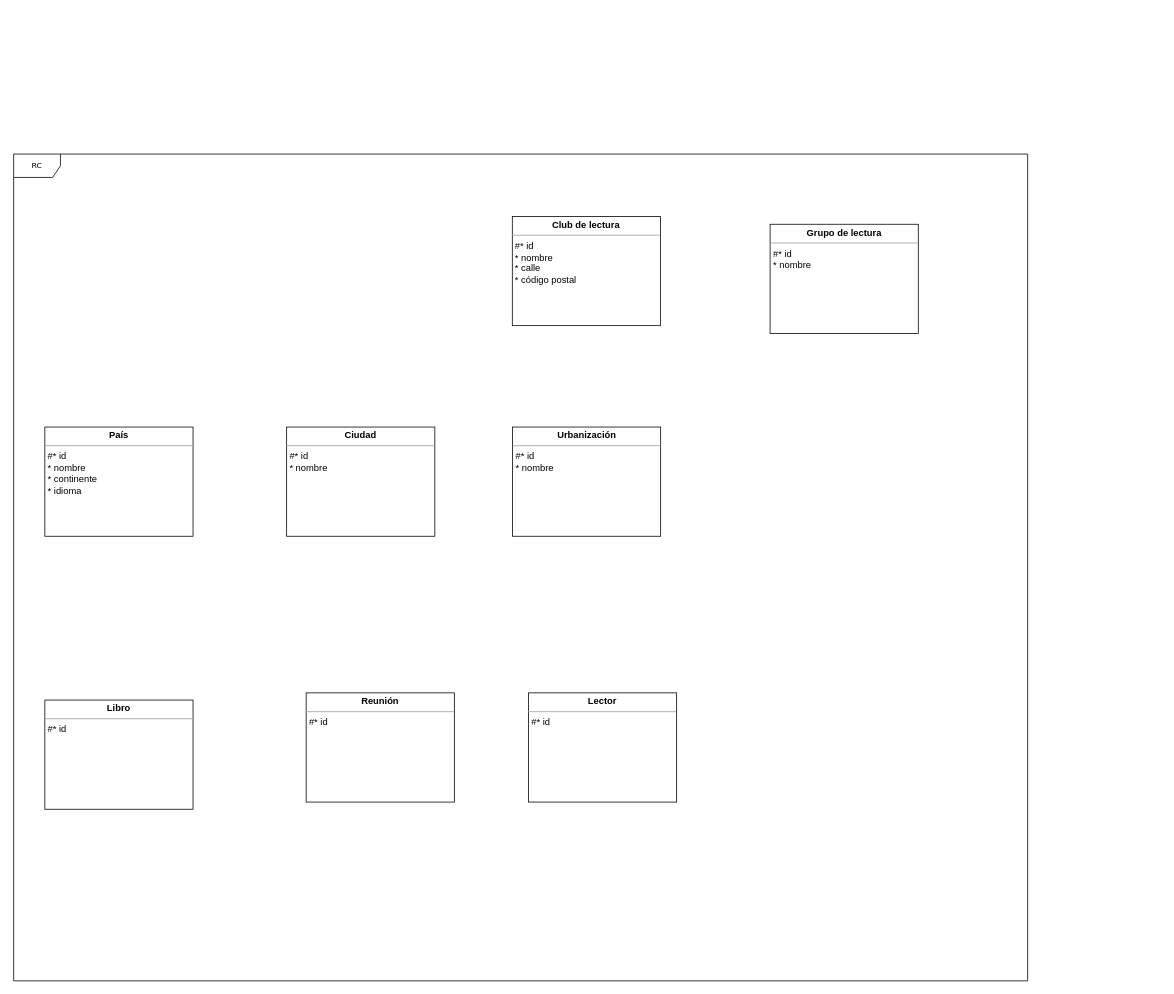
NeutronBlast/IS-Ex keeps this draw.io diagram as DB I/RC (Pseudo) Data Structure V2.drawio. Above is the earlier version. Source tidied: cells renumbered, new cells numbered last; positions are measured from the earlier drawing's top-left corner, leaving out a move shared by most shapes. Both pictures are drawn from the tidied source at 78%, with x=0, y=0 at pixel (13, 154).
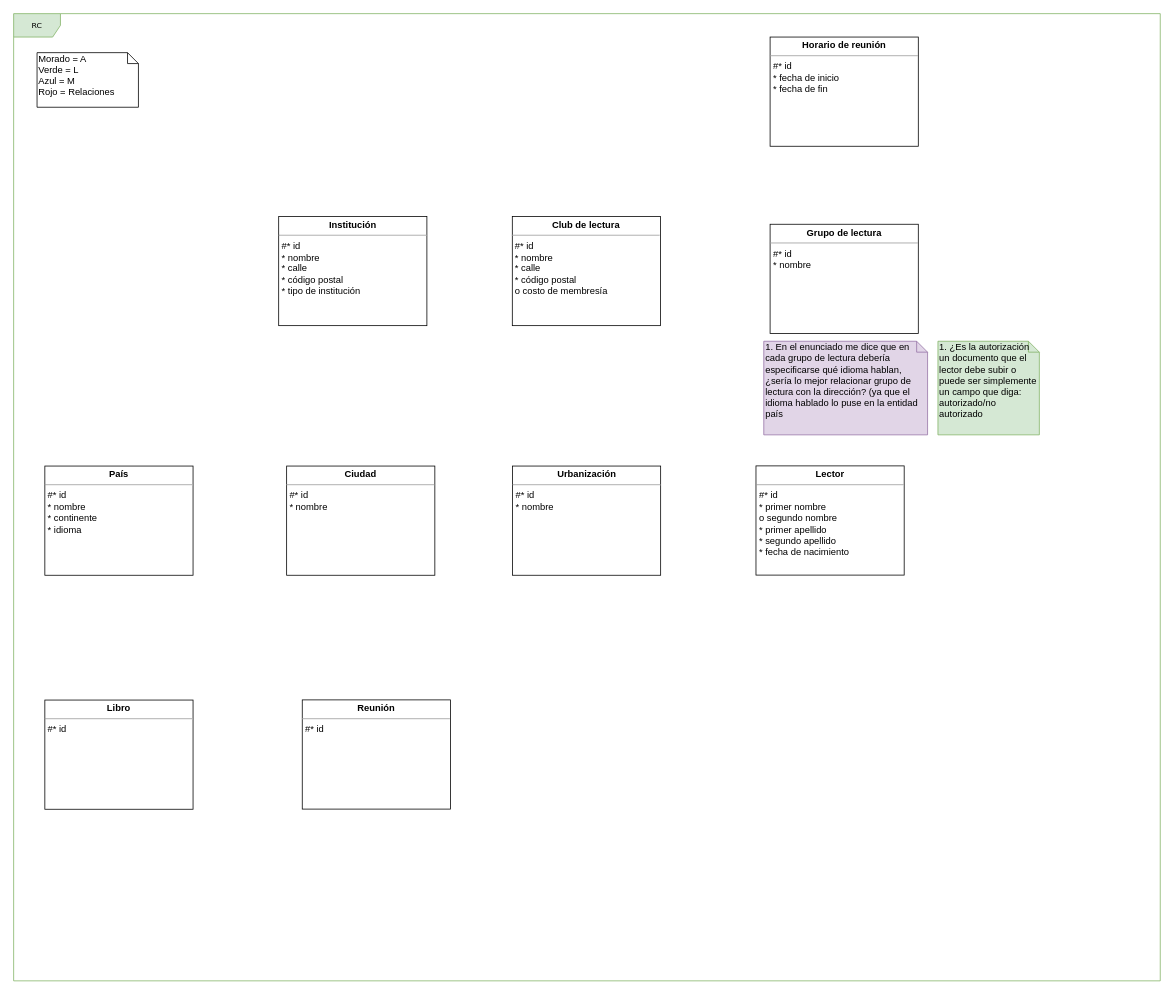
The same diagram, later.

The edit, as a diff of the source:
```diff
@@
 <mxGraphModel background="#ffffff">
   <root>
     <mxCell id="0" />
     <mxCell id="1" parent="0" />
-    <mxCell id="2" value="RC" style="shape=umlFrame;whiteSpace=wrap;html=1;rounded=0;shadow=0;comic=0;labelBackgroundColor=none;strokeColor=#000000;strokeWidth=1;fillColor=#ffffff;fontFamily=Verdana;fontSize=10;fontColor=#000000;align=center;" parent="1" vertex="1">
-      <mxGeometry width="1300" height="1060" as="geometry" />
+    <mxCell id="2" value="RC" style="shape=umlFrame;whiteSpace=wrap;html=1;rounded=0;shadow=0;comic=0;labelBackgroundColor=none;strokeColor=#82b366;strokeWidth=1;fillColor=#d5e8d4;fontFamily=Verdana;fontSize=10;align=center;" parent="1" vertex="1">
+      <mxGeometry y="-180" width="1470" height="1240" as="geometry" />
     </mxCell>
     <mxCell id="3" style="edgeStyle=orthogonalEdgeStyle;rounded=0;html=1;dashed=1;labelBackgroundColor=none;startFill=0;endArrow=open;endFill=0;endSize=10;fontFamily=Verdana;fontSize=10;" parent="1" edge="1">
       <mxGeometry relative="1" as="geometry">
         <mxPoint x="710" y="794" as="sourcePoint" />
       </mxGeometry>
     </mxCell>
-    <mxCell id="4" value="&lt;p style=&quot;margin: 0px ; margin-top: 4px ; text-align: center&quot;&gt;&lt;b&gt;Club de lectura&lt;/b&gt;&lt;/p&gt;&lt;hr size=&quot;1&quot;&gt;&lt;p style=&quot;margin: 0px ; margin-left: 4px&quot;&gt;#* id&lt;/p&gt;&lt;p style=&quot;margin: 0px ; margin-left: 4px&quot;&gt;* nombre&lt;/p&gt;&lt;p style=&quot;margin: 0px ; margin-left: 4px&quot;&gt;* calle&lt;/p&gt;&lt;p style=&quot;margin: 0px ; margin-left: 4px&quot;&gt;* código postal&lt;/p&gt;" style="verticalAlign=top;align=left;overflow=fill;fontSize=12;fontFamily=Helvetica;html=1;rounded=0;shadow=0;comic=0;labelBackgroundColor=none;strokeColor=#000000;strokeWidth=1;fillColor=#ffffff;" parent="1" vertex="1">
+    <mxCell id="4" value="&lt;p style=&quot;margin: 0px ; margin-top: 4px ; text-align: center&quot;&gt;&lt;b&gt;Club de lectura&lt;/b&gt;&lt;/p&gt;&lt;hr size=&quot;1&quot;&gt;&lt;p style=&quot;margin: 0px ; margin-left: 4px&quot;&gt;#* id&lt;/p&gt;&lt;p style=&quot;margin: 0px ; margin-left: 4px&quot;&gt;* nombre&lt;/p&gt;&lt;p style=&quot;margin: 0px ; margin-left: 4px&quot;&gt;* calle&lt;/p&gt;&lt;p style=&quot;margin: 0px ; margin-left: 4px&quot;&gt;* código postal&lt;/p&gt;&lt;p style=&quot;margin: 0px ; margin-left: 4px&quot;&gt;o costo de membresía&lt;/p&gt;" style="verticalAlign=top;align=left;overflow=fill;fontSize=12;fontFamily=Helvetica;html=1;rounded=0;shadow=0;comic=0;labelBackgroundColor=none;strokeColor=#000000;strokeWidth=1;fillColor=#ffffff;" parent="1" vertex="1">
       <mxGeometry x="639.3" y="80" width="190" height="140" as="geometry" />
     </mxCell>
     <mxCell id="5" value="&lt;p style=&quot;margin: 0px ; margin-top: 4px ; text-align: center&quot;&gt;&lt;b&gt;Libro&lt;/b&gt;&lt;/p&gt;&lt;hr size=&quot;1&quot;&gt;&lt;p style=&quot;margin: 0px ; margin-left: 4px&quot;&gt;#* id&lt;/p&gt;&lt;p style=&quot;margin: 0px ; margin-left: 4px&quot;&gt;&lt;br&gt;&lt;/p&gt;" style="verticalAlign=top;align=left;overflow=fill;fontSize=12;fontFamily=Helvetica;html=1;rounded=0;shadow=0;comic=0;labelBackgroundColor=none;strokeColor=#000000;strokeWidth=1;fillColor=#ffffff;" parent="1" vertex="1">
       <mxGeometry x="40" y="700" width="190" height="140" as="geometry" />
     </mxCell>
     <mxCell id="6" value="&lt;p style=&quot;margin: 0px ; margin-top: 4px ; text-align: center&quot;&gt;&lt;b&gt;Reunión&lt;/b&gt;&lt;/p&gt;&lt;hr size=&quot;1&quot;&gt;&lt;p style=&quot;margin: 0px ; margin-left: 4px&quot;&gt;#* id&lt;/p&gt;&lt;p style=&quot;margin: 0px ; margin-left: 4px&quot;&gt;&lt;br&gt;&lt;/p&gt;" style="verticalAlign=top;align=left;overflow=fill;fontSize=12;fontFamily=Helvetica;html=1;rounded=0;shadow=0;comic=0;labelBackgroundColor=none;strokeColor=#000000;strokeWidth=1;fillColor=#ffffff;" parent="1" vertex="1">
-      <mxGeometry x="375" y="690.8" width="190" height="140" as="geometry" />
+      <mxGeometry x="370" y="699.8" width="190" height="140" as="geometry" />
     </mxCell>
-    <mxCell id="7" value="&lt;p style=&quot;margin: 0px ; margin-top: 4px ; text-align: center&quot;&gt;&lt;b&gt;Lector&lt;/b&gt;&lt;/p&gt;&lt;hr size=&quot;1&quot;&gt;&lt;p style=&quot;margin: 0px ; margin-left: 4px&quot;&gt;#* id&lt;/p&gt;&lt;p style=&quot;margin: 0px ; margin-left: 4px&quot;&gt;&lt;br&gt;&lt;/p&gt;" style="verticalAlign=top;align=left;overflow=fill;fontSize=12;fontFamily=Helvetica;html=1;rounded=0;shadow=0;comic=0;labelBackgroundColor=none;strokeColor=#000000;strokeWidth=1;fillColor=#ffffff;" parent="1" vertex="1">
-      <mxGeometry x="660" y="690.8" width="190" height="140" as="geometry" />
+    <mxCell id="7" value="&lt;p style=&quot;margin: 0px ; margin-top: 4px ; text-align: center&quot;&gt;&lt;b&gt;Lector&lt;/b&gt;&lt;/p&gt;&lt;hr size=&quot;1&quot;&gt;&lt;p style=&quot;margin: 0px ; margin-left: 4px&quot;&gt;#* id&lt;/p&gt;&lt;p style=&quot;margin: 0px ; margin-left: 4px&quot;&gt;* primer nombre&lt;/p&gt;&lt;p style=&quot;margin: 0px ; margin-left: 4px&quot;&gt;o segundo nombre&lt;/p&gt;&lt;p style=&quot;margin: 0px ; margin-left: 4px&quot;&gt;* primer apellido&lt;/p&gt;&lt;p style=&quot;margin: 0px ; margin-left: 4px&quot;&gt;* segundo apellido&lt;/p&gt;&lt;p style=&quot;margin: 0px ; margin-left: 4px&quot;&gt;* fecha de nacimiento&lt;/p&gt;&lt;p style=&quot;margin: 0px ; margin-left: 4px&quot;&gt;&lt;br&gt;&lt;/p&gt;" style="verticalAlign=top;align=left;overflow=fill;fontSize=12;fontFamily=Helvetica;html=1;rounded=0;shadow=0;comic=0;labelBackgroundColor=none;strokeColor=#000000;strokeWidth=1;fillColor=#ffffff;" parent="1" vertex="1">
+      <mxGeometry x="951.7" y="399.8" width="190" height="140" as="geometry" />
     </mxCell>
     <mxCell id="8" value="&lt;p style=&quot;margin: 0px ; margin-top: 4px ; text-align: center&quot;&gt;&lt;b&gt;País&lt;/b&gt;&lt;/p&gt;&lt;hr size=&quot;1&quot;&gt;&lt;p style=&quot;margin: 0px ; margin-left: 4px&quot;&gt;#* id&lt;/p&gt;&lt;p style=&quot;margin: 0px ; margin-left: 4px&quot;&gt;* nombre&lt;/p&gt;&lt;p style=&quot;margin: 0px ; margin-left: 4px&quot;&gt;* continente&lt;/p&gt;&lt;p style=&quot;margin: 0px ; margin-left: 4px&quot;&gt;* idioma&lt;/p&gt;&lt;p style=&quot;margin: 0px ; margin-left: 4px&quot;&gt;&lt;br&gt;&lt;/p&gt;" style="verticalAlign=top;align=left;overflow=fill;fontSize=12;fontFamily=Helvetica;html=1;rounded=0;shadow=0;comic=0;labelBackgroundColor=none;strokeColor=#000000;strokeWidth=1;fillColor=#ffffff;" parent="1" vertex="1">
-      <mxGeometry x="40" y="350" width="190" height="140" as="geometry" />
+      <mxGeometry x="40" y="400" width="190" height="140" as="geometry" />
     </mxCell>
     <mxCell id="9" value="&lt;p style=&quot;margin: 0px ; margin-top: 4px ; text-align: center&quot;&gt;&lt;b&gt;Ciudad&lt;/b&gt;&lt;/p&gt;&lt;hr size=&quot;1&quot;&gt;&lt;p style=&quot;margin: 0px ; margin-left: 4px&quot;&gt;#* id&lt;/p&gt;&lt;p style=&quot;margin: 0px ; margin-left: 4px&quot;&gt;* nombre&lt;/p&gt;&lt;p style=&quot;margin: 0px ; margin-left: 4px&quot;&gt;&lt;br&gt;&lt;/p&gt;" style="verticalAlign=top;align=left;overflow=fill;fontSize=12;fontFamily=Helvetica;html=1;rounded=0;shadow=0;comic=0;labelBackgroundColor=none;strokeColor=#000000;strokeWidth=1;fillColor=#ffffff;" parent="1" vertex="1">
-      <mxGeometry x="350" y="350" width="190" height="140" as="geometry" />
+      <mxGeometry x="350" y="400" width="190" height="140" as="geometry" />
     </mxCell>
     <mxCell id="10" value="&lt;p style=&quot;margin: 0px ; margin-top: 4px ; text-align: center&quot;&gt;&lt;b&gt;Urbanización&lt;/b&gt;&lt;/p&gt;&lt;hr size=&quot;1&quot;&gt;&lt;p style=&quot;margin: 0px ; margin-left: 4px&quot;&gt;#* id&lt;/p&gt;&lt;p style=&quot;margin: 0px ; margin-left: 4px&quot;&gt;* nombre&lt;/p&gt;&lt;p style=&quot;margin: 0px ; margin-left: 4px&quot;&gt;&lt;br&gt;&lt;/p&gt;" style="verticalAlign=top;align=left;overflow=fill;fontSize=12;fontFamily=Helvetica;html=1;rounded=0;shadow=0;comic=0;labelBackgroundColor=none;strokeColor=#000000;strokeWidth=1;fillColor=#ffffff;" parent="1" vertex="1">
-      <mxGeometry x="639.5" y="350" width="190" height="140" as="geometry" />
+      <mxGeometry x="639.5" y="400" width="190" height="140" as="geometry" />
     </mxCell>
     <mxCell id="11" value="&lt;p style=&quot;margin: 0px ; margin-top: 4px ; text-align: center&quot;&gt;&lt;b&gt;Grupo de lectura&lt;/b&gt;&lt;/p&gt;&lt;hr size=&quot;1&quot;&gt;&lt;p style=&quot;margin: 0px ; margin-left: 4px&quot;&gt;#* id&lt;/p&gt;&lt;p style=&quot;margin: 0px ; margin-left: 4px&quot;&gt;* nombre&lt;/p&gt;" style="verticalAlign=top;align=left;overflow=fill;fontSize=12;fontFamily=Helvetica;html=1;rounded=0;shadow=0;comic=0;labelBackgroundColor=none;strokeColor=#000000;strokeWidth=1;fillColor=#ffffff;" parent="1" vertex="1">
       <mxGeometry x="969.8" y="90" width="190" height="140" as="geometry" />
     </mxCell>
+    <mxCell id="12" value="1. En el enunciado me dice que en cada grupo de lectura debería especificarse qué idioma hablan, ¿sería lo mejor relacionar grupo de lectura con la dirección? (ya que el idioma hablado lo puse en la entidad país" style="shape=note;whiteSpace=wrap;html=1;size=14;verticalAlign=top;align=left;spacingTop=-6;fillColor=#e1d5e7;strokeColor=#9673a6;" parent="1" vertex="1">
+      <mxGeometry x="961.7" y="240" width="210" height="120" as="geometry" />
+    </mxCell>
+    <mxCell id="13" value="Morado = A&lt;br&gt;Verde = L&lt;br&gt;Azul = M&lt;br&gt;Rojo = Relaciones" style="shape=note;whiteSpace=wrap;html=1;size=14;verticalAlign=top;align=left;spacingTop=-6;" parent="1" vertex="1">
+      <mxGeometry x="30" y="-130" width="130" height="70" as="geometry" />
+    </mxCell>
+    <mxCell id="14" value="&lt;p style=&quot;margin: 0px ; margin-top: 4px ; text-align: center&quot;&gt;&lt;b&gt;Horario de reunión&lt;/b&gt;&lt;/p&gt;&lt;hr size=&quot;1&quot;&gt;&lt;p style=&quot;margin: 0px ; margin-left: 4px&quot;&gt;#* id&lt;/p&gt;&lt;p style=&quot;margin: 0px ; margin-left: 4px&quot;&gt;* fecha de inicio&lt;/p&gt;&lt;p style=&quot;margin: 0px ; margin-left: 4px&quot;&gt;* fecha de fin&lt;/p&gt;" style="verticalAlign=top;align=left;overflow=fill;fontSize=12;fontFamily=Helvetica;html=1;rounded=0;shadow=0;comic=0;labelBackgroundColor=none;strokeColor=#000000;strokeWidth=1;fillColor=#ffffff;" parent="1" vertex="1">
+      <mxGeometry x="969.8" y="-150" width="190" height="140" as="geometry" />
+    </mxCell>
+    <mxCell id="15" value="&lt;p style=&quot;margin: 0px ; margin-top: 4px ; text-align: center&quot;&gt;&lt;b&gt;Institución&lt;/b&gt;&lt;/p&gt;&lt;hr size=&quot;1&quot;&gt;&lt;p style=&quot;margin: 0px ; margin-left: 4px&quot;&gt;#* id&lt;/p&gt;&lt;p style=&quot;margin: 0px ; margin-left: 4px&quot;&gt;* nombre&lt;/p&gt;&lt;p style=&quot;margin: 0px ; margin-left: 4px&quot;&gt;* calle&lt;/p&gt;&lt;p style=&quot;margin: 0px ; margin-left: 4px&quot;&gt;* código postal&lt;/p&gt;&lt;p style=&quot;margin: 0px ; margin-left: 4px&quot;&gt;* tipo de institución&lt;/p&gt;" style="verticalAlign=top;align=left;overflow=fill;fontSize=12;fontFamily=Helvetica;html=1;rounded=0;shadow=0;comic=0;labelBackgroundColor=none;strokeColor=#000000;strokeWidth=1;fillColor=#ffffff;" parent="1" vertex="1">
+      <mxGeometry x="339.8" y="80" width="190" height="140" as="geometry" />
+    </mxCell>
+    <mxCell id="16" value="1. ¿Es la autorización un documento que el lector debe subir o puede ser simplemente un campo que diga: autorizado/no autorizado" style="shape=note;whiteSpace=wrap;html=1;size=14;verticalAlign=top;align=left;spacingTop=-6;fillColor=#d5e8d4;strokeColor=#82b366;" parent="1" vertex="1">
+      <mxGeometry x="1185" y="240" width="130" height="120" as="geometry" />
+    </mxCell>
   </root>
 </mxGraphModel>
```
